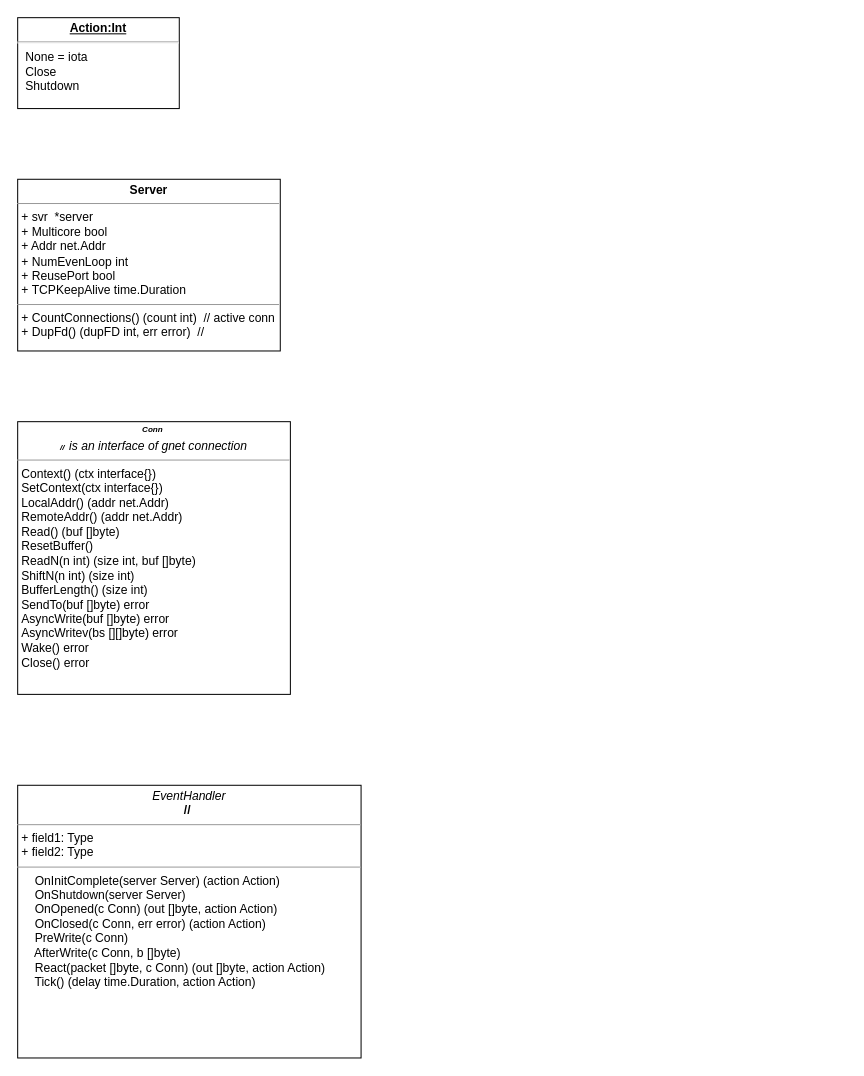
Above: gnet/gnet.drawio in abrance/my-draw (draw.io), before the change. Source tidied: cells renumbered, new cells numbered last; positions are measured from the earlier drawing's top-left corner, leaving out a move shared by most shapes. Both pictures are drawn from the tidied source at 101%, with x=0, y=0 at pixel (17, 17).
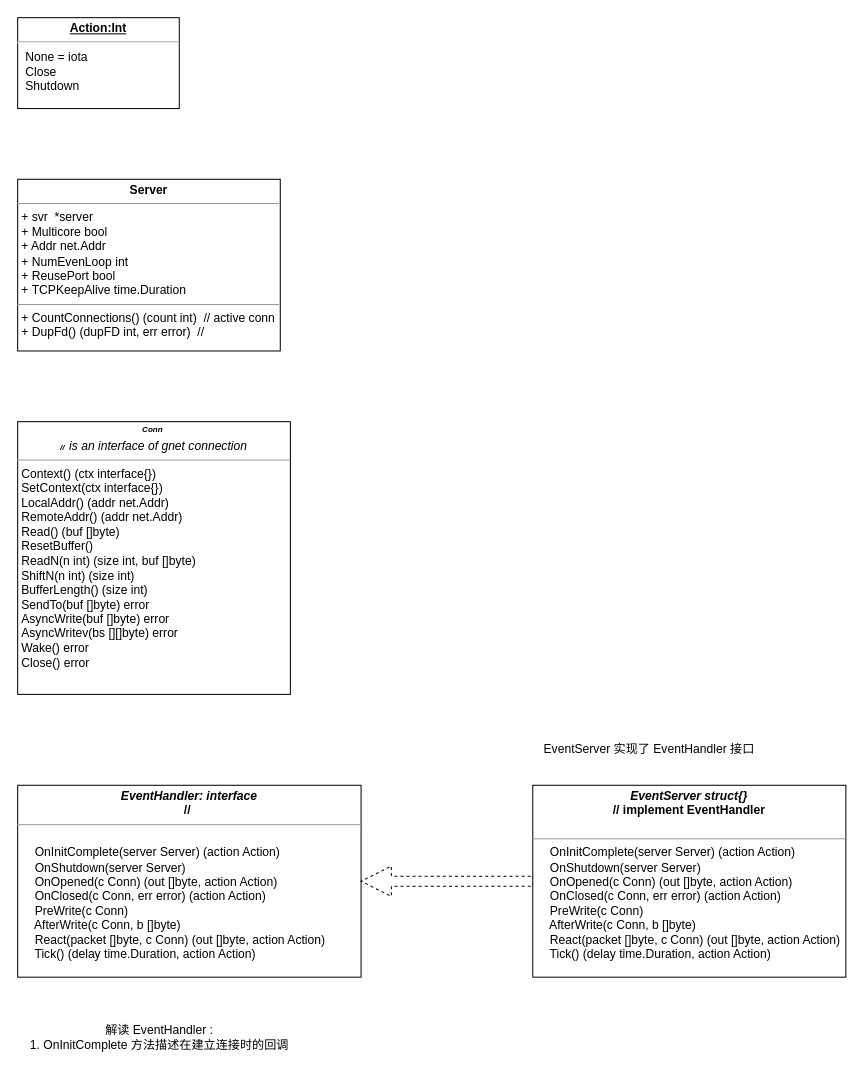
After the change.

The edit, as a diff of the source:
```diff
@@
 <mxGraphModel>
   <root>
     <mxCell id="0" />
     <mxCell id="1" parent="0" />
     <mxCell id="2" value="&lt;p style=&quot;margin:0px;margin-top:4px;text-align:center;text-decoration:underline;&quot;&gt;&lt;b&gt;Action:Int&lt;/b&gt;&lt;/p&gt;&lt;hr&gt;&lt;p style=&quot;margin:0px;margin-left:8px;&quot;&gt;None = iota&lt;br&gt;Close&lt;br&gt;Shutdown&lt;/p&gt;" style="verticalAlign=top;align=left;overflow=fill;fontSize=12;fontFamily=Helvetica;html=1;whiteSpace=wrap;" parent="1" vertex="1">
       <mxGeometry width="160" height="90" as="geometry" />
     </mxCell>
     <mxCell id="3" value="&lt;p style=&quot;margin:0px;margin-top:4px;text-align:center;&quot;&gt;&lt;b&gt;Server&lt;/b&gt;&lt;/p&gt;&lt;hr size=&quot;1&quot;&gt;&lt;p style=&quot;margin:0px;margin-left:4px;&quot;&gt;+&amp;nbsp;svr&amp;nbsp; *server&lt;/p&gt;&lt;p style=&quot;margin:0px;margin-left:4px;&quot;&gt;+ Multicore bool&lt;/p&gt;&lt;p style=&quot;margin:0px;margin-left:4px;&quot;&gt;+ Addr net.Addr&lt;/p&gt;&lt;p style=&quot;margin:0px;margin-left:4px;&quot;&gt;+ NumEvenLoop int&lt;/p&gt;&lt;p style=&quot;margin:0px;margin-left:4px;&quot;&gt;+ ReusePort bool&lt;/p&gt;&lt;p style=&quot;margin:0px;margin-left:4px;&quot;&gt;+&amp;nbsp;TCPKeepAlive time.Duration&lt;/p&gt;&lt;hr size=&quot;1&quot;&gt;&lt;p style=&quot;margin:0px;margin-left:4px;&quot;&gt;+ CountConnections()&amp;nbsp;(count int)&amp;nbsp; // active conn&lt;/p&gt;&lt;p style=&quot;margin:0px;margin-left:4px;&quot;&gt;+ DupFd() (dupFD int, err error)&amp;nbsp; //&amp;nbsp;&lt;br&gt;&lt;/p&gt;" style="verticalAlign=top;align=left;overflow=fill;fontSize=12;fontFamily=Helvetica;html=1;whiteSpace=wrap;" parent="1" vertex="1">
       <mxGeometry y="160" width="260" height="170" as="geometry" />
     </mxCell>
     <mxCell id="4" value="&lt;h6 style=&quot;margin:0px;margin-top:4px;text-align:center;&quot;&gt;&lt;i&gt;Conn&amp;nbsp;&lt;/i&gt;&lt;/h6&gt;&lt;h6 style=&quot;margin:0px;margin-top:4px;text-align:center;&quot;&gt;&lt;i&gt;//&amp;nbsp;&amp;nbsp;&lt;/i&gt;&lt;i style=&quot;background-color: initial; font-size: 12px; font-weight: normal;&quot;&gt;is an interface of gnet connection&lt;/i&gt;&lt;/h6&gt;&lt;hr size=&quot;1&quot;&gt;&lt;p style=&quot;margin:0px;margin-left:4px;&quot;&gt;Context() (ctx interface{})&lt;/p&gt;&lt;p style=&quot;margin:0px;margin-left:4px;&quot;&gt;SetContext(ctx interface{})&lt;/p&gt;&lt;p style=&quot;margin:0px;margin-left:4px;&quot;&gt;LocalAddr() (addr net.Addr)&lt;/p&gt;&lt;p style=&quot;margin:0px;margin-left:4px;&quot;&gt;RemoteAddr() (addr net.Addr)&lt;/p&gt;&lt;p style=&quot;margin:0px;margin-left:4px;&quot;&gt;Read() (buf []byte)&lt;/p&gt;&lt;p style=&quot;margin:0px;margin-left:4px;&quot;&gt;ResetBuffer()&lt;/p&gt;&lt;p style=&quot;margin:0px;margin-left:4px;&quot;&gt;ReadN(n int) (size int, buf []byte)&lt;/p&gt;&lt;p style=&quot;margin:0px;margin-left:4px;&quot;&gt;ShiftN(n int) (size int)&lt;/p&gt;&lt;p style=&quot;margin:0px;margin-left:4px;&quot;&gt;BufferLength() (size int)&lt;/p&gt;&lt;p style=&quot;margin:0px;margin-left:4px;&quot;&gt;SendTo(buf []byte) error&lt;/p&gt;&lt;p style=&quot;margin:0px;margin-left:4px;&quot;&gt;AsyncWrite(buf []byte) error&lt;/p&gt;&lt;p style=&quot;margin:0px;margin-left:4px;&quot;&gt;AsyncWritev(bs [][]byte) error&lt;/p&gt;&lt;p style=&quot;margin:0px;margin-left:4px;&quot;&gt;Wake() error&lt;/p&gt;&lt;p style=&quot;margin:0px;margin-left:4px;&quot;&gt;Close() error&lt;/p&gt;&lt;div&gt;&lt;br&gt;&lt;/div&gt;" style="verticalAlign=top;align=left;overflow=fill;fontSize=12;fontFamily=Helvetica;html=1;whiteSpace=wrap;" parent="1" vertex="1">
       <mxGeometry y="400" width="270" height="270" as="geometry" />
     </mxCell>
-    <mxCell id="5" value="&lt;p style=&quot;margin:0px;margin-top:4px;text-align:center;&quot;&gt;&lt;i&gt;EventHandler&lt;/i&gt;&lt;br&gt;&lt;b&gt;//&amp;nbsp;&lt;/b&gt;&lt;/p&gt;&lt;hr size=&quot;1&quot;&gt;&lt;p style=&quot;margin:0px;margin-left:4px;&quot;&gt;+ field1: Type&lt;br&gt;+ field2: Type&lt;/p&gt;&lt;hr size=&quot;1&quot;&gt;&lt;p style=&quot;margin:0px;margin-left:4px;&quot;&gt;&amp;nbsp; &amp;nbsp; OnInitComplete(server Server) (action Action)&lt;/p&gt;&lt;p style=&quot;margin:0px;margin-left:4px;&quot;&gt;&amp;nbsp; &amp;nbsp; OnShutdown(server Server)&lt;/p&gt;&lt;p style=&quot;margin:0px;margin-left:4px;&quot;&gt;&amp;nbsp; &amp;nbsp; OnOpened(c Conn) (out []byte, action Action)&lt;/p&gt;&lt;p style=&quot;margin:0px;margin-left:4px;&quot;&gt;&amp;nbsp; &amp;nbsp; OnClosed(c Conn, err error) (action Action)&lt;/p&gt;&lt;p style=&quot;margin:0px;margin-left:4px;&quot;&gt;&amp;nbsp; &amp;nbsp; PreWrite(c Conn)&lt;/p&gt;&lt;p style=&quot;margin:0px;margin-left:4px;&quot;&gt;&amp;nbsp; &amp;nbsp; AfterWrite(c Conn, b []byte)&lt;/p&gt;&lt;p style=&quot;margin:0px;margin-left:4px;&quot;&gt;&amp;nbsp; &amp;nbsp; React(packet []byte, c Conn) (out []byte, action Action)&lt;/p&gt;&lt;p style=&quot;margin:0px;margin-left:4px;&quot;&gt;&amp;nbsp; &amp;nbsp; Tick() (delay time.Duration, action Action)&lt;/p&gt;" style="verticalAlign=top;align=left;overflow=fill;fontSize=12;fontFamily=Helvetica;html=1;whiteSpace=wrap;" parent="1" vertex="1">
-      <mxGeometry y="760" width="340" height="270" as="geometry" />
+    <mxCell id="5" value="&lt;p style=&quot;margin:0px;margin-top:4px;text-align:center;&quot;&gt;&lt;i&gt;&lt;b&gt;EventHandler: interface&lt;/b&gt;&lt;/i&gt;&lt;br&gt;&lt;b&gt;//&amp;nbsp;&lt;/b&gt;&lt;/p&gt;&lt;hr size=&quot;1&quot;&gt;&lt;p style=&quot;margin:0px;margin-left:4px;&quot;&gt;&lt;br&gt;&lt;/p&gt;&lt;p style=&quot;margin:0px;margin-left:4px;&quot;&gt;&amp;nbsp; &amp;nbsp; OnInitComplete(server Server) (action Action)&lt;/p&gt;&lt;p style=&quot;margin:0px;margin-left:4px;&quot;&gt;&amp;nbsp; &amp;nbsp; OnShutdown(server Server)&lt;/p&gt;&lt;p style=&quot;margin:0px;margin-left:4px;&quot;&gt;&amp;nbsp; &amp;nbsp; OnOpened(c Conn) (out []byte, action Action)&lt;/p&gt;&lt;p style=&quot;margin:0px;margin-left:4px;&quot;&gt;&amp;nbsp; &amp;nbsp; OnClosed(c Conn, err error) (action Action)&lt;/p&gt;&lt;p style=&quot;margin:0px;margin-left:4px;&quot;&gt;&amp;nbsp; &amp;nbsp; PreWrite(c Conn)&lt;/p&gt;&lt;p style=&quot;margin:0px;margin-left:4px;&quot;&gt;&amp;nbsp; &amp;nbsp; AfterWrite(c Conn, b []byte)&lt;/p&gt;&lt;p style=&quot;margin:0px;margin-left:4px;&quot;&gt;&amp;nbsp; &amp;nbsp; React(packet []byte, c Conn) (out []byte, action Action)&lt;/p&gt;&lt;p style=&quot;margin:0px;margin-left:4px;&quot;&gt;&amp;nbsp; &amp;nbsp; Tick() (delay time.Duration, action Action)&lt;/p&gt;" style="verticalAlign=top;align=left;overflow=fill;fontSize=12;fontFamily=Helvetica;html=1;whiteSpace=wrap;" parent="1" vertex="1">
+      <mxGeometry y="760" width="340" height="190" as="geometry" />
     </mxCell>
+    <mxCell id="6" style="edgeStyle=orthogonalEdgeStyle;rounded=0;jettySize=auto;html=1;entryX=1;entryY=0.5;entryDx=0;entryDy=0;dashed=1;shape=arrow;" parent="1" edge="1" source="7" target="5">
+      <mxGeometry relative="1" as="geometry" />
+    </mxCell>
+    <mxCell id="7" value="&lt;p style=&quot;margin:0px;margin-top:4px;text-align:center;&quot;&gt;&lt;b&gt;&lt;i&gt;EventServer struct{}&lt;/i&gt;&lt;/b&gt;&lt;br&gt;&lt;b&gt;// implement EventHandler&lt;/b&gt;&lt;/p&gt;&lt;p style=&quot;margin:0px;margin-left:4px;&quot;&gt;&lt;br&gt;&lt;/p&gt;&lt;hr size=&quot;1&quot;&gt;&lt;p style=&quot;margin:0px;margin-left:4px;&quot;&gt;&amp;nbsp; &amp;nbsp; OnInitComplete(server Server) (action Action)&lt;/p&gt;&lt;p style=&quot;margin:0px;margin-left:4px;&quot;&gt;&amp;nbsp; &amp;nbsp; OnShutdown(server Server)&lt;/p&gt;&lt;p style=&quot;margin:0px;margin-left:4px;&quot;&gt;&amp;nbsp; &amp;nbsp; OnOpened(c Conn) (out []byte, action Action)&lt;/p&gt;&lt;p style=&quot;margin:0px;margin-left:4px;&quot;&gt;&amp;nbsp; &amp;nbsp; OnClosed(c Conn, err error) (action Action)&lt;/p&gt;&lt;p style=&quot;margin:0px;margin-left:4px;&quot;&gt;&amp;nbsp; &amp;nbsp; PreWrite(c Conn)&lt;/p&gt;&lt;p style=&quot;margin:0px;margin-left:4px;&quot;&gt;&amp;nbsp; &amp;nbsp; AfterWrite(c Conn, b []byte)&lt;/p&gt;&lt;p style=&quot;margin:0px;margin-left:4px;&quot;&gt;&amp;nbsp; &amp;nbsp; React(packet []byte, c Conn) (out []byte, action Action)&lt;/p&gt;&lt;p style=&quot;margin:0px;margin-left:4px;&quot;&gt;&amp;nbsp; &amp;nbsp; Tick() (delay time.Duration, action Action)&lt;/p&gt;" style="verticalAlign=top;align=left;overflow=fill;fontSize=12;fontFamily=Helvetica;html=1;whiteSpace=wrap;" parent="1" vertex="1">
+      <mxGeometry x="510" y="760" width="310" height="190" as="geometry" />
+    </mxCell>
+    <mxCell id="8" value="EventServer 实现了 EventHandler 接口" style="text;html=1;align=center;verticalAlign=middle;strokeColor=none;fillColor=none;" parent="1" vertex="1">
+      <mxGeometry x="510" y="710" width="230" height="30" as="geometry" />
+    </mxCell>
+    <mxCell id="9" value="解读 EventHandler :&lt;br&gt;1. OnInitComplete 方法描述在建立连接时的回调" style="text;html=1;align=center;verticalAlign=middle;strokeColor=none;fillColor=none;" parent="1" vertex="1">
+      <mxGeometry y="990" width="280" height="40" as="geometry" />
+    </mxCell>
   </root>
 </mxGraphModel>
```
